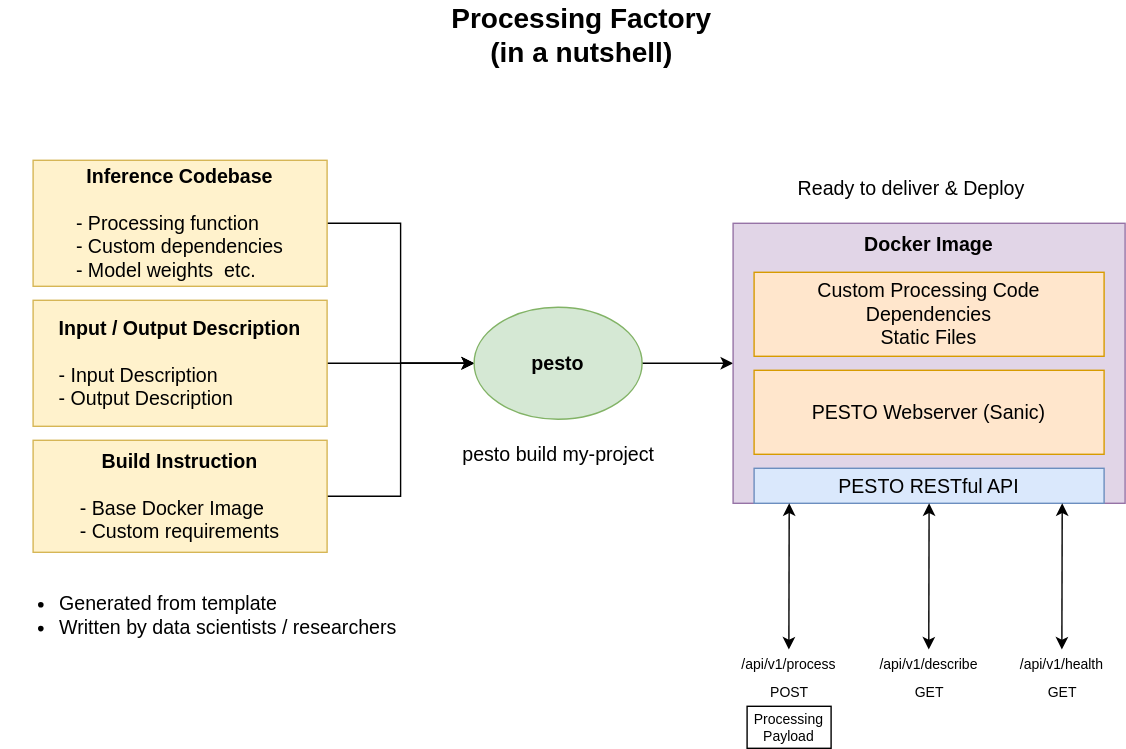
The draw.io diagram pesto-cli/docs/img/pesto.svg in AirbusDefenceAndSpace/pesto, before a commit. Source tidied: cells renumbered, new cells last; positions are measured from the earlier drawing's top-left corner, leaving out a move shared by most shapes.
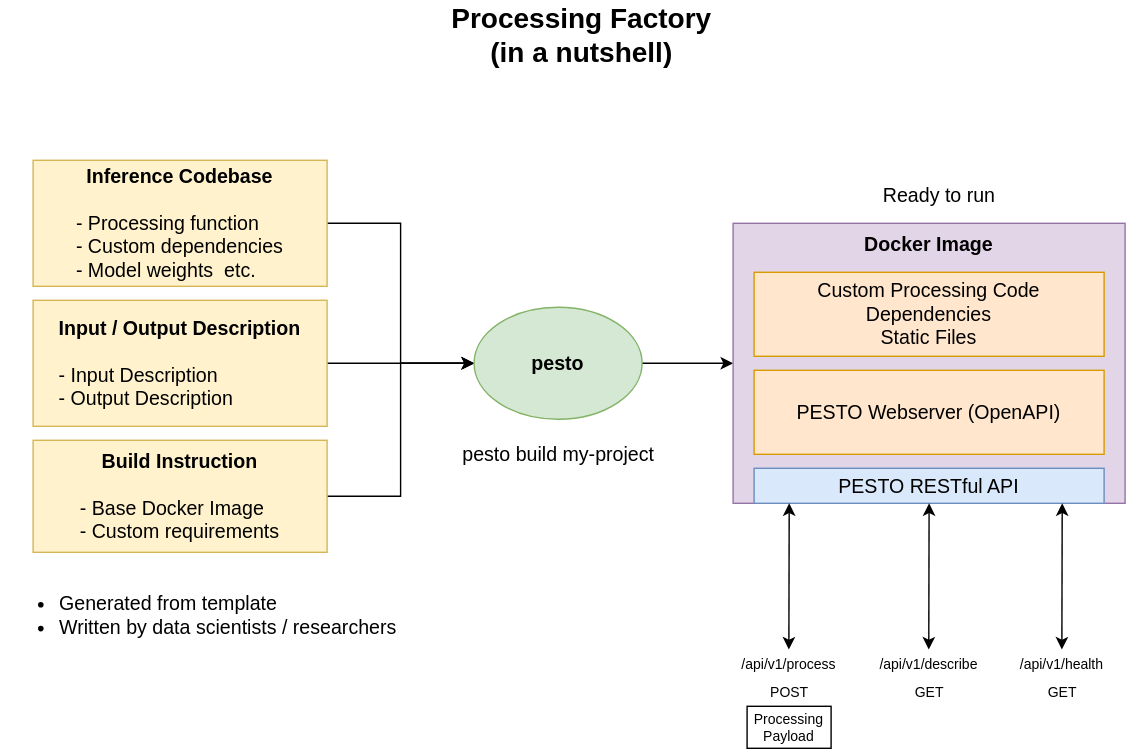
The same file after the commit.

Change to the diagram source:
```diff
@@ -35,8 +35,8 @@
     <mxCell id="12" value="&lt;ul style=&quot;font-size: 14px;&quot;&gt;&lt;li style=&quot;font-size: 14px;&quot;&gt;Generated from template&lt;/li&gt;&lt;li style=&quot;font-size: 14px;&quot;&gt;Written by data scientists / researchers&lt;/li&gt;&lt;/ul&gt;" style="text;html=1;align=left;verticalAlign=middle;fontSize=14;" parent="1" vertex="1">
       <mxGeometry y="390" width="300" height="70" as="geometry" />
     </mxCell>
-    <mxCell id="13" value="Ready to deliver &amp;amp; Deploy" style="text;html=1;align=center;verticalAlign=middle;fontSize=14;" parent="1" vertex="1">
-      <mxGeometry x="560" y="110" width="180" height="20" as="geometry" />
+    <mxCell id="13" value="Ready to run" style="text;html=1;align=center;verticalAlign=middle;fontSize=14;" parent="1" vertex="1">
+      <mxGeometry x="620" y="110" width="100" height="30" as="geometry" />
     </mxCell>
     <mxCell id="14" value="&lt;b&gt;Docker Image&lt;/b&gt;" style="rounded=0;whiteSpace=wrap;html=1;fontSize=14;align=center;verticalAlign=top;fillColor=#e1d5e7;strokeColor=#9673a6;" parent="1" vertex="1">
       <mxGeometry x="523" y="145" width="280" height="200" as="geometry" />
@@ -44,7 +44,7 @@
     <mxCell id="15" value="PESTO RESTful API" style="rounded=0;whiteSpace=wrap;html=1;fontSize=14;align=center;fillColor=#dae8fc;strokeColor=#6c8ebf;" parent="1" vertex="1">
       <mxGeometry x="538" y="320" width="250" height="25" as="geometry" />
     </mxCell>
-    <mxCell id="16" value="PESTO Webserver (Sanic)" style="rounded=0;whiteSpace=wrap;html=1;fontSize=14;align=center;fillColor=#ffe6cc;strokeColor=#d79b00;" parent="1" vertex="1">
+    <mxCell id="16" value="PESTO Webserver (OpenAPI)" style="rounded=0;whiteSpace=wrap;html=1;fontSize=14;align=center;fillColor=#ffe6cc;strokeColor=#d79b00;" parent="1" vertex="1">
       <mxGeometry x="538" y="250" width="250" height="60" as="geometry" />
     </mxCell>
     <mxCell id="17" value="Custom Processing Code&lt;br&gt;Dependencies&lt;br&gt;Static Files" style="rounded=0;whiteSpace=wrap;html=1;fontSize=14;align=center;fillColor=#ffe6cc;strokeColor=#d79b00;" parent="1" vertex="1">
```
